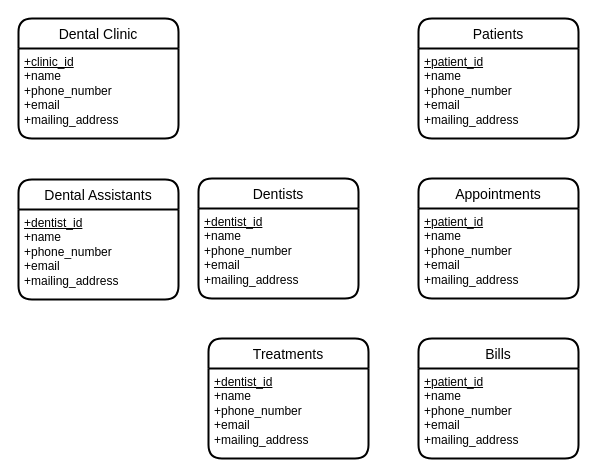
gituser514/Diagram keeps this draw.io diagram as MyDentalClinicDiagram.drawio. Above is the earlier version. Source tidied: cells renumbered, new cells numbered last; positions are measured from the earlier drawing's top-left corner, leaving out a move shared by most shapes. Both pictures are drawn from the tidied source at 100%, with x=0, y=0 at pixel (18, 18).
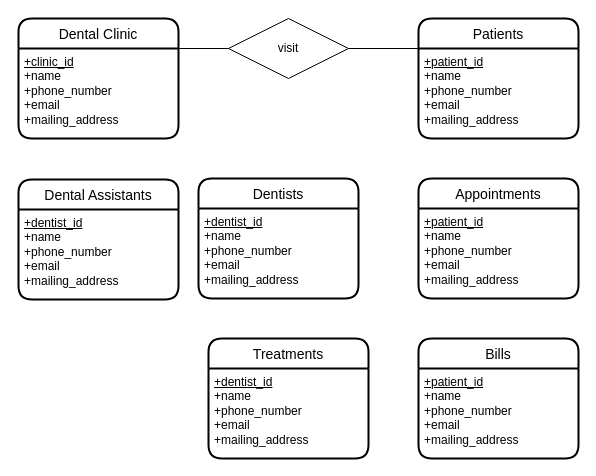
Above is the later version.

What changed in the source:
```diff
@@
 <mxGraphModel>
   <root>
     <mxCell id="0" />
     <mxCell id="1" parent="0" />
     <mxCell id="2" value="Dental Clinic" style="swimlane;horizontal=1;startSize=30;rounded=1;fontSize=14;fontStyle=0;strokeWidth=2;shadow=0;dashed=0;align=center;" parent="1" vertex="1">
       <mxGeometry width="160" height="120" as="geometry" />
     </mxCell>
     <mxCell id="3" value="&lt;u&gt;+clinic_id&lt;/u&gt;&lt;br&gt;+name&lt;br&gt;&lt;div&gt;+phone_number&lt;/div&gt;&lt;div&gt;+email&lt;/div&gt;&lt;div&gt;+mailing_address&lt;br&gt;&lt;/div&gt;" style="align=left;strokeColor=none;fillColor=none;spacingLeft=4;fontSize=12;verticalAlign=top;html=1;" parent="2" vertex="1">
       <mxGeometry y="30" width="160" height="90" as="geometry" />
     </mxCell>
     <mxCell id="4" value="Dentists" style="swimlane;horizontal=1;startSize=30;rounded=1;fontSize=14;fontStyle=0;strokeWidth=2;shadow=0;dashed=0;align=center;" parent="1" vertex="1">
       <mxGeometry x="180" y="160" width="160" height="120" as="geometry" />
     </mxCell>
     <mxCell id="5" value="&lt;u&gt;+dentist_id&lt;/u&gt;&lt;br&gt;+name&lt;br&gt;&lt;div&gt;+phone_number&lt;/div&gt;&lt;div&gt;+email&lt;/div&gt;&lt;div&gt;+mailing_address&lt;br&gt;&lt;/div&gt;" style="align=left;strokeColor=none;fillColor=none;spacingLeft=4;fontSize=12;verticalAlign=top;html=1;" parent="4" vertex="1">
       <mxGeometry y="30" width="160" height="90" as="geometry" />
     </mxCell>
     <mxCell id="6" value="Patients" style="swimlane;horizontal=1;startSize=30;rounded=1;fontSize=14;fontStyle=0;strokeWidth=2;shadow=0;dashed=0;align=center;" parent="1" vertex="1">
       <mxGeometry x="400" width="160" height="120" as="geometry" />
     </mxCell>
     <mxCell id="7" value="&lt;u&gt;+patient_id&lt;/u&gt;&lt;br&gt;+name&lt;br&gt;&lt;div&gt;+phone_number&lt;/div&gt;&lt;div&gt;+email&lt;/div&gt;&lt;div&gt;+mailing_address&lt;br&gt;&lt;/div&gt;" style="align=left;strokeColor=none;fillColor=none;spacingLeft=4;fontSize=12;verticalAlign=top;html=1;" parent="6" vertex="1">
       <mxGeometry y="30" width="160" height="90" as="geometry" />
     </mxCell>
     <mxCell id="8" value="Dental Assistants" style="swimlane;horizontal=1;startSize=30;rounded=1;fontSize=14;fontStyle=0;strokeWidth=2;shadow=0;dashed=0;align=center;" parent="1" vertex="1">
       <mxGeometry y="161" width="160" height="120" as="geometry" />
     </mxCell>
     <mxCell id="9" value="&lt;u&gt;+dentist_id&lt;/u&gt;&lt;br&gt;+name&lt;br&gt;&lt;div&gt;+phone_number&lt;/div&gt;&lt;div&gt;+email&lt;/div&gt;&lt;div&gt;+mailing_address&lt;br&gt;&lt;/div&gt;" style="align=left;strokeColor=none;fillColor=none;spacingLeft=4;fontSize=12;verticalAlign=top;html=1;" parent="8" vertex="1">
       <mxGeometry y="30" width="160" height="90" as="geometry" />
     </mxCell>
     <mxCell id="10" value="Treatments " style="swimlane;horizontal=1;startSize=30;rounded=1;fontSize=14;fontStyle=0;strokeWidth=2;shadow=0;dashed=0;align=center;" parent="1" vertex="1">
       <mxGeometry x="190" y="320" width="160" height="120" as="geometry" />
     </mxCell>
     <mxCell id="11" value="&lt;u&gt;+dentist_id&lt;/u&gt;&lt;br&gt;+name&lt;br&gt;&lt;div&gt;+phone_number&lt;/div&gt;&lt;div&gt;+email&lt;/div&gt;&lt;div&gt;+mailing_address&lt;br&gt;&lt;/div&gt;" style="align=left;strokeColor=none;fillColor=none;spacingLeft=4;fontSize=12;verticalAlign=top;html=1;" parent="10" vertex="1">
       <mxGeometry y="30" width="160" height="90" as="geometry" />
     </mxCell>
     <mxCell id="12" value="Appointments" style="swimlane;horizontal=1;startSize=30;rounded=1;fontSize=14;fontStyle=0;strokeWidth=2;shadow=0;dashed=0;align=center;" parent="1" vertex="1">
       <mxGeometry x="400" y="160" width="160" height="120" as="geometry" />
     </mxCell>
     <mxCell id="13" value="&lt;u&gt;+patient_id&lt;/u&gt;&lt;br&gt;+name&lt;br&gt;&lt;div&gt;+phone_number&lt;/div&gt;&lt;div&gt;+email&lt;/div&gt;&lt;div&gt;+mailing_address&lt;br&gt;&lt;/div&gt;" style="align=left;strokeColor=none;fillColor=none;spacingLeft=4;fontSize=12;verticalAlign=top;html=1;" parent="12" vertex="1">
       <mxGeometry y="30" width="160" height="90" as="geometry" />
     </mxCell>
     <mxCell id="14" value="Bills" style="swimlane;horizontal=1;startSize=30;rounded=1;fontSize=14;fontStyle=0;strokeWidth=2;shadow=0;dashed=0;align=center;" parent="1" vertex="1">
       <mxGeometry x="400" y="320" width="160" height="120" as="geometry" />
     </mxCell>
     <mxCell id="15" value="&lt;u&gt;+patient_id&lt;/u&gt;&lt;br&gt;+name&lt;br&gt;&lt;div&gt;+phone_number&lt;/div&gt;&lt;div&gt;+email&lt;/div&gt;&lt;div&gt;+mailing_address&lt;br&gt;&lt;/div&gt;" style="align=left;strokeColor=none;fillColor=none;spacingLeft=4;fontSize=12;verticalAlign=top;html=1;" parent="14" vertex="1">
       <mxGeometry y="30" width="160" height="90" as="geometry" />
     </mxCell>
+    <mxCell id="16" style="rounded=0;jettySize=auto;html=1;entryX=1;entryY=0;entryDx=0;entryDy=0;endArrow=none;endFill=0;" parent="1" edge="1" source="18" target="3">
+      <mxGeometry relative="1" as="geometry" />
+    </mxCell>
+    <mxCell id="17" style="edgeStyle=none;rounded=0;jettySize=auto;html=1;entryX=0;entryY=0;entryDx=0;entryDy=0;endArrow=none;endFill=0;" parent="1" edge="1" source="18" target="7">
+      <mxGeometry relative="1" as="geometry" />
+    </mxCell>
+    <mxCell id="18" value="visit" style="shape=rhombus;perimeter=rhombusPerimeter;whiteSpace=wrap;html=1;align=center;" parent="1" vertex="1">
+      <mxGeometry x="210" width="120" height="60" as="geometry" />
+    </mxCell>
   </root>
 </mxGraphModel>
```
